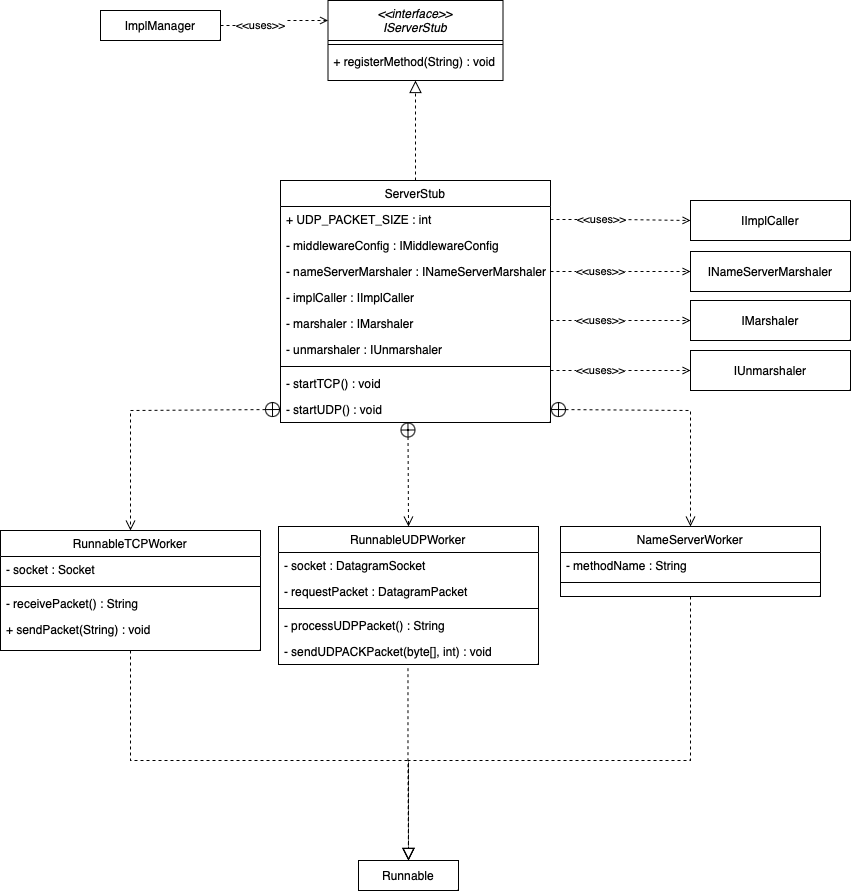
PrismFox/tron-game keeps this draw.io diagram as doku-middleware/ServerStub-ClassDiagramm.drawio.png. Above is the earlier version. Source tidied: cells renumbered, new cells last; positions are measured from the earlier drawing's top-left corner, leaving out a move shared by most shapes.
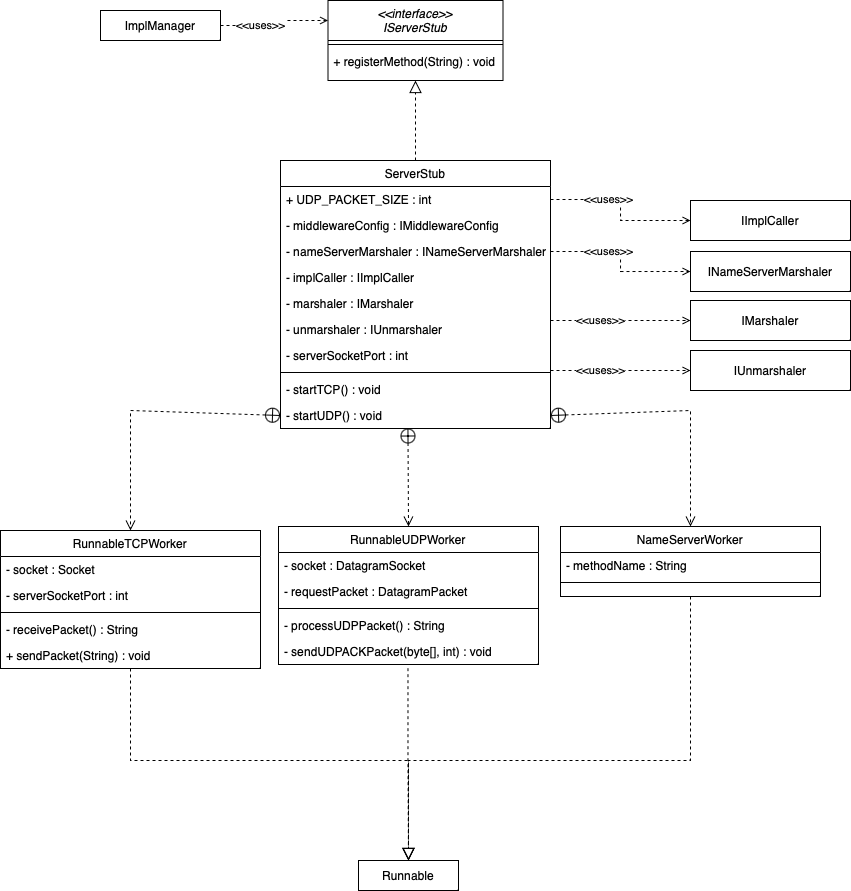
The same file after the commit.

Diff of the diagram source:
```diff
@@ -12,7 +12,7 @@
       <mxGeometry y="48" width="175" height="26" as="geometry" />
     </mxCell>
     <mxCell id="5" value="ServerStub" style="swimlane;fontStyle=0;align=center;verticalAlign=top;horizontal=1;startSize=26;rounded=0;shadow=0;strokeWidth=1;" parent="1" vertex="1">
-      <mxGeometry x="280" y="180" width="270" height="242" as="geometry" />
+      <mxGeometry x="280" y="160" width="270" height="268" as="geometry" />
     </mxCell>
     <mxCell id="6" value="+ UDP_PACKET_SIZE : int" style="text;align=left;verticalAlign=top;spacingLeft=4;spacingRight=4;overflow=hidden;points=[[0,0.5],[1,0.5]];portConstraint=eastwest;" parent="5" vertex="1">
       <mxGeometry y="26" width="270" height="26" as="geometry" />
@@ -32,32 +32,38 @@
     <mxCell id="11" value="- unmarshaler : IUnmarshaler " style="text;align=left;verticalAlign=top;spacingLeft=4;spacingRight=4;overflow=hidden;" parent="5" vertex="1">
       <mxGeometry y="156" width="270" height="26" as="geometry" />
     </mxCell>
+    <mxCell id="52" value="- serverSocketPort : int" style="text;align=left;verticalAlign=top;spacingLeft=4;spacingRight=4;overflow=hidden;" parent="5" vertex="1">
+      <mxGeometry y="182" width="270" height="26" as="geometry" />
+    </mxCell>
     <mxCell id="12" style="line;html=1;strokeWidth=1;align=left;verticalAlign=middle;spacingTop=-1;spacingLeft=3;spacingRight=3;labelPosition=right;" parent="5" vertex="1">
-      <mxGeometry y="182" width="270" height="8" as="geometry" />
+      <mxGeometry y="208" width="270" height="8" as="geometry" />
     </mxCell>
     <mxCell id="13" value="- startTCP() : void" style="text;align=left;verticalAlign=top;spacingLeft=4;spacingRight=4;overflow=hidden;" parent="5" vertex="1">
-      <mxGeometry y="190" width="270" height="26" as="geometry" />
+      <mxGeometry y="216" width="270" height="26" as="geometry" />
     </mxCell>
     <mxCell id="14" value="- startUDP() : void" style="text;align=left;verticalAlign=top;spacingLeft=4;spacingRight=4;overflow=hidden;points=[[0,0.5],[1,0.5]];portConstraint=eastwest;" parent="5" vertex="1">
-      <mxGeometry y="216" width="270" height="26" as="geometry" />
+      <mxGeometry y="242" width="270" height="26" as="geometry" />
     </mxCell>
     <mxCell id="15" style="endArrow=block;endSize=10;endFill=0;shadow=0;strokeWidth=1;rounded=0;edgeStyle=elbowEdgeStyle;elbow=vertical;dashed=1;" parent="1" edge="1" source="5" target="2">
       <mxGeometry relative="1" as="geometry" />
     </mxCell>
     <mxCell id="16" value="RunnableTCPWorker" style="swimlane;fontStyle=0;align=center;verticalAlign=top;horizontal=1;startSize=26;rounded=0;shadow=0;strokeWidth=1;" parent="1" vertex="1">
-      <mxGeometry y="530" width="260" height="120" as="geometry" />
+      <mxGeometry y="530" width="260" height="138" as="geometry" />
     </mxCell>
     <mxCell id="17" value="- socket : Socket" style="text;align=left;verticalAlign=top;spacingLeft=4;spacingRight=4;overflow=hidden;" parent="16" vertex="1">
       <mxGeometry y="26" width="260" height="26" as="geometry" />
     </mxCell>
+    <mxCell id="53" value="- serverSocketPort : int" style="text;align=left;verticalAlign=top;spacingLeft=4;spacingRight=4;overflow=hidden;" parent="16" vertex="1">
+      <mxGeometry y="52" width="260" height="26" as="geometry" />
+    </mxCell>
     <mxCell id="18" style="line;html=1;strokeWidth=1;align=left;verticalAlign=middle;spacingTop=-1;spacingLeft=3;spacingRight=3;labelPosition=right;" parent="16" vertex="1">
-      <mxGeometry y="52" width="260" height="8" as="geometry" />
+      <mxGeometry y="78" width="260" height="8" as="geometry" />
     </mxCell>
     <mxCell id="19" value="- receivePacket() : String" style="text;align=left;verticalAlign=top;spacingLeft=4;spacingRight=4;overflow=hidden;" parent="16" vertex="1">
-      <mxGeometry y="60" width="260" height="26" as="geometry" />
+      <mxGeometry y="86" width="260" height="26" as="geometry" />
     </mxCell>
     <mxCell id="20" value="+ sendPacket(String) : void" style="text;align=left;verticalAlign=top;spacingLeft=4;spacingRight=4;overflow=hidden;" parent="16" vertex="1">
-      <mxGeometry y="86" width="260" height="26" as="geometry" />
+      <mxGeometry y="112" width="260" height="26" as="geometry" />
     </mxCell>
     <mxCell id="21" value="RunnableUDPWorker" style="swimlane;fontStyle=0;align=center;verticalAlign=top;horizontal=1;startSize=26;rounded=0;shadow=0;strokeWidth=1;" parent="1" vertex="1">
       <mxGeometry x="278" y="526" width="260" height="138" as="geometry" />
```
